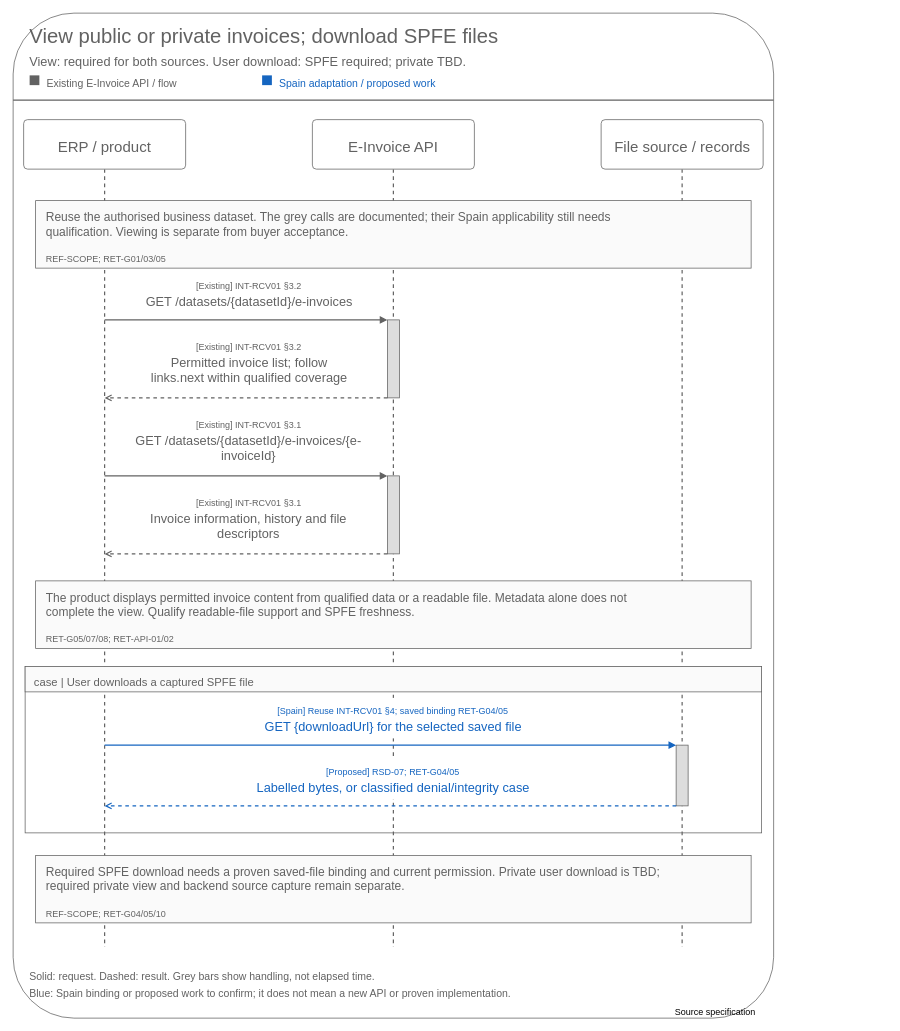
Above: assets/diagrams/invoice-retrieval-view-download-sequence.drawio in jiaxinhe0709/pm_second_brain (draw.io), before the change. Source tidied: cells renumbered, new cells numbered last; positions are measured from the earlier drawing's top-left corner, leaving out a move shared by most shapes. Both pictures are drawn from the tidied source at 75%, with x=0, y=0 at pixel (13, 13).
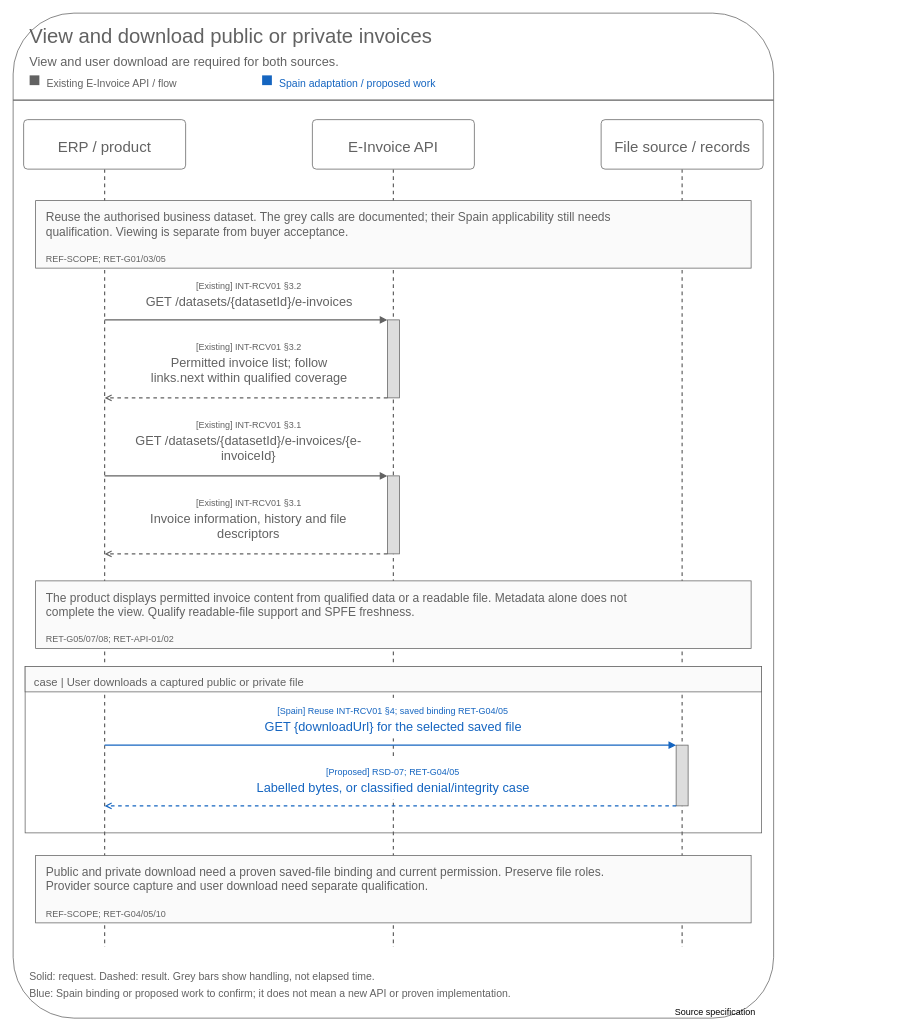
The same page after the edit.

The edit, as a diff of the source:
```diff
@@
-    <mxCell id="3" value="View public or private invoices; download SPFE files" style="text;html=0;whiteSpace=wrap;spacing=0;verticalAlign=top;align=left;fontSize=27;fontColor=#626262;" parent="1" vertex="1">
-      <mxGeometry x="22" y="10" width="896.5" height="26" as="geometry" />
+    <mxCell id="3" value="View and download public or private invoices" style="text;html=0;whiteSpace=wrap;spacing=0;verticalAlign=top;align=left;fontSize=27;fontColor=#626262;" parent="1" vertex="1">
+      <mxGeometry x="22" y="10" width="760.4" height="26" as="geometry" />
     </mxCell>
-    <mxCell id="4" value="View: required for both sources. User download: SPFE required; private TBD." style="text;html=0;whiteSpace=wrap;spacing=0;verticalAlign=top;align=left;fontSize=17;fontColor=#626262;" parent="1" vertex="1">
-      <mxGeometry x="22" y="51" width="815.2" height="26" as="geometry" />
+    <mxCell id="4" value="View and user download are required for both sources." style="text;html=0;whiteSpace=wrap;spacing=0;verticalAlign=top;align=left;fontSize=17;fontColor=#626262;" parent="1" vertex="1">
+      <mxGeometry x="22" y="51" width="579.6" height="26" as="geometry" />
     </mxCell>
@@
-    <mxCell id="20" value="case | User downloads a captured SPFE file" style="text;html=0;whiteSpace=wrap;spacing=0;verticalAlign=top;align=left;fontSize=15;fontColor=#626262;" parent="1" vertex="1">
-      <mxGeometry x="28" y="879" width="408.9" height="26" as="geometry" />
+    <mxCell id="20" value="case | User downloads a captured public or private file" style="text;html=0;whiteSpace=wrap;spacing=0;verticalAlign=top;align=left;fontSize=15;fontColor=#626262;" parent="1" vertex="1">
+      <mxGeometry x="28" y="879" width="531.8" height="26" as="geometry" />
     </mxCell>
@@
-    <mxCell id="28" value="Required SPFE download needs a proven saved-file binding and current permission. Private user download is TBD;&#10;required private view and backend source capture remain separate." style="text;html=0;whiteSpace=wrap;spacing=0;verticalAlign=top;align=left;fontSize=16;fontColor=#626262;" parent="1" vertex="1">
-      <mxGeometry x="44" y="1131" width="1120.8" height="49" as="geometry" />
+    <mxCell id="28" value="Public and private download need a proven saved-file binding and current permission. Preserve file roles.&#10;Provider source capture and user download need separate qualification." style="text;html=0;whiteSpace=wrap;spacing=0;verticalAlign=top;align=left;fontSize=16;fontColor=#626262;" parent="1" vertex="1">
+      <mxGeometry x="44" y="1131" width="1070.4" height="49" as="geometry" />
     </mxCell>
```
